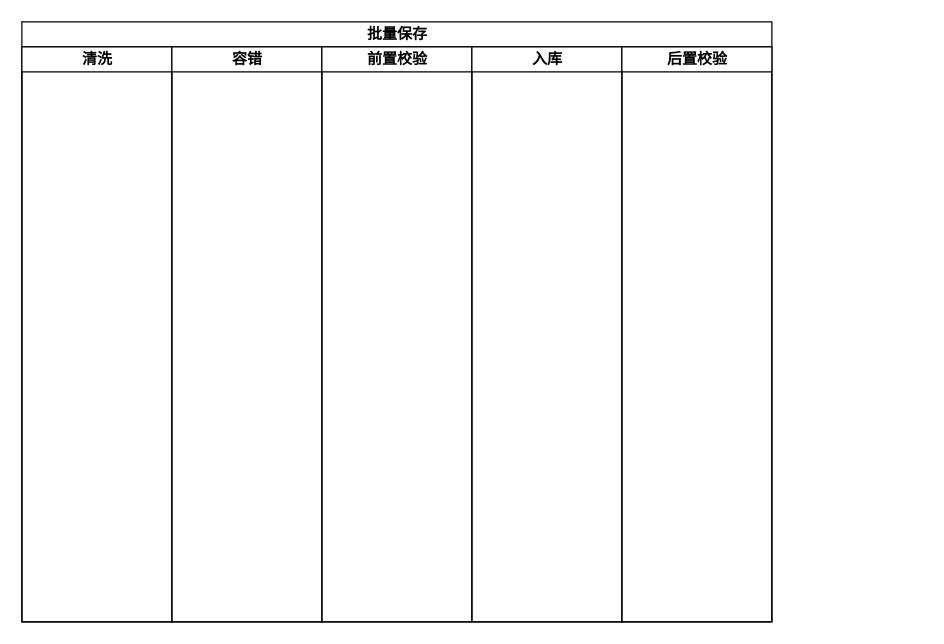
Before: Untitled Diagram.drawio in smileLuckBoy/drowio, a draw.io diagram. Source tidied: cells renumbered, new cells numbered last; positions are measured from the earlier drawing's top-left corner, leaving out a move shared by most shapes. Both pictures are drawn from the tidied source at 125%, with x=0, y=0 at pixel (21, 21).
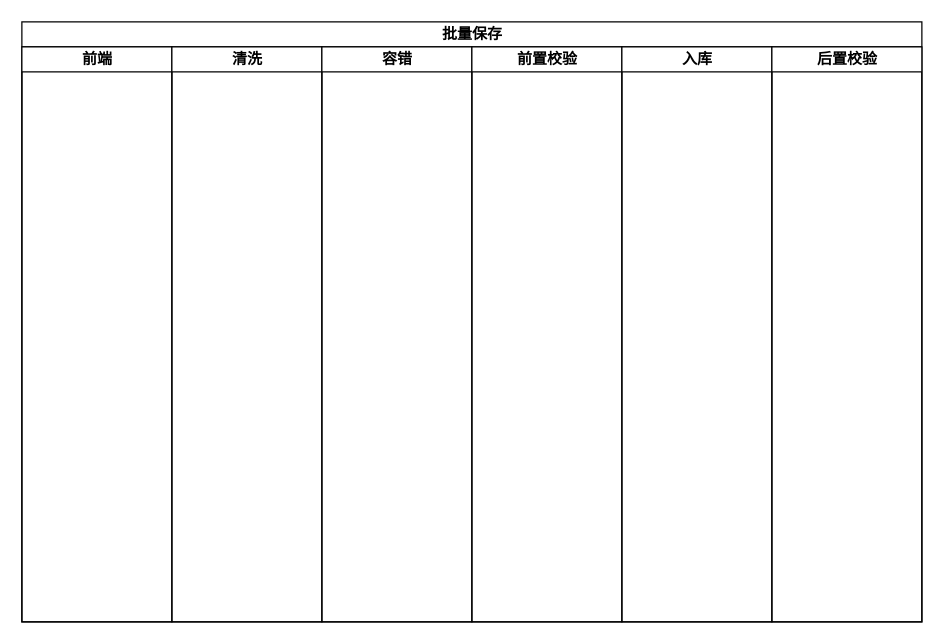
After the change.

Diff of the diagram source:
```diff
@@
 <mxGraphModel>
   <root>
     <mxCell id="0" />
     <mxCell id="1" parent="0" />
     <mxCell id="2" value="批量保存" style="swimlane;html=1;startSize=20;" parent="1" vertex="1">
-      <mxGeometry width="600" height="480" as="geometry" />
+      <mxGeometry width="720" height="480" as="geometry" />
     </mxCell>
+    <mxCell id="8" value="前端" style="swimlane;html=1;startSize=20;" parent="2" vertex="1">
+      <mxGeometry y="20" width="120" height="460" as="geometry" />
+    </mxCell>
     <mxCell id="3" value="清洗" style="swimlane;html=1;startSize=20;" parent="2" vertex="1">
-      <mxGeometry y="20" width="120" height="460" as="geometry" />
+      <mxGeometry x="120" y="20" width="120" height="460" as="geometry" />
     </mxCell>
     <mxCell id="4" value="容错" style="swimlane;html=1;startSize=20;" parent="2" vertex="1">
-      <mxGeometry x="120" y="20" width="120" height="460" as="geometry" />
+      <mxGeometry x="240" y="20" width="120" height="460" as="geometry" />
     </mxCell>
     <mxCell id="5" value="前置校验" style="swimlane;html=1;startSize=20;" parent="2" vertex="1">
-      <mxGeometry x="240" y="20" width="120" height="460" as="geometry" />
+      <mxGeometry x="360" y="20" width="120" height="460" as="geometry" />
     </mxCell>
     <mxCell id="6" value="入库" style="swimlane;html=1;startSize=20;" parent="2" vertex="1">
-      <mxGeometry x="360" y="20" width="120" height="460" as="geometry" />
+      <mxGeometry x="480" y="20" width="120" height="460" as="geometry" />
     </mxCell>
     <mxCell id="7" value="后置校验" style="swimlane;html=1;startSize=20;" parent="2" vertex="1">
-      <mxGeometry x="480" y="20" width="120" height="460" as="geometry" />
+      <mxGeometry x="600" y="20" width="120" height="460" as="geometry" />
     </mxCell>
   </root>
 </mxGraphModel>
```
